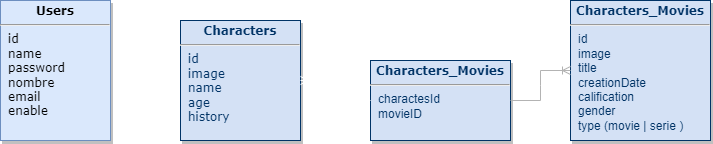
This is db.png from alekusa/api_nodejs, a draw.io export, as it was before one commit. Source tidied: cells renumbered, new cells last; positions are measured from the earlier drawing's top-left corner, leaving out a move shared by most shapes.
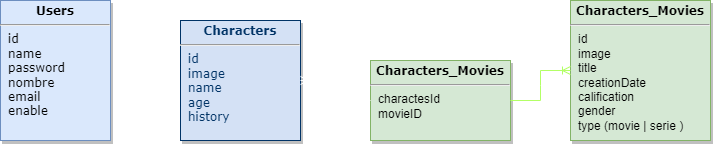
Later version of the same file.

The edit, as a diff of the source:
```diff
@@ -8,13 +8,13 @@
     <mxCell id="3" value="&lt;p style=&quot;margin: 4px 0px 0px; text-align: center;&quot;&gt;&lt;b style=&quot;&quot;&gt;&lt;font style=&quot;&quot; face=&quot;Verdana&quot;&gt;Characters&lt;/font&gt;&lt;/b&gt;&lt;/p&gt;&lt;hr&gt;&lt;p style=&quot;margin: 0px; margin-left: 8px;&quot;&gt;&lt;font face=&quot;Verdana&quot;&gt;id&lt;/font&gt;&lt;/p&gt;&lt;p style=&quot;margin: 0px; margin-left: 8px;&quot;&gt;&lt;font face=&quot;Verdana&quot;&gt;image&lt;/font&gt;&lt;/p&gt;&lt;p style=&quot;margin: 0px; margin-left: 8px;&quot;&gt;&lt;font face=&quot;Verdana&quot;&gt;name&lt;/font&gt;&lt;/p&gt;&lt;p style=&quot;margin: 0px; margin-left: 8px;&quot;&gt;&lt;font face=&quot;Verdana&quot;&gt;age&lt;/font&gt;&lt;/p&gt;&lt;p style=&quot;margin: 0px; margin-left: 8px;&quot;&gt;&lt;font face=&quot;Verdana&quot;&gt;history&lt;/font&gt;&lt;/p&gt;" style="verticalAlign=top;align=left;overflow=fill;fontSize=12;fontFamily=Helvetica;html=1;strokeColor=#003366;shadow=1;fillColor=#D4E1F5;fontColor=#003366;" parent="1" vertex="1">
       <mxGeometry x="180" y="20" width="120" height="120" as="geometry" />
     </mxCell>
-    <mxCell id="4" value="&lt;p style=&quot;margin: 4px 0px 0px; text-align: center;&quot;&gt;&lt;b style=&quot;&quot;&gt;&lt;font style=&quot;&quot; face=&quot;Verdana&quot;&gt;Characters_Movies&lt;/font&gt;&lt;/b&gt;&lt;/p&gt;&lt;hr&gt;&lt;p style=&quot;margin: 0px; margin-left: 8px;&quot;&gt;charactesId&lt;/p&gt;&lt;p style=&quot;margin: 0px; margin-left: 8px;&quot;&gt;movieID&lt;/p&gt;" style="verticalAlign=top;align=left;overflow=fill;fontSize=12;fontFamily=Helvetica;html=1;strokeColor=#003366;shadow=1;fillColor=#D4E1F5;fontColor=#003366;" parent="1" vertex="1">
+    <mxCell id="4" value="&lt;p style=&quot;margin: 4px 0px 0px; text-align: center;&quot;&gt;&lt;b style=&quot;&quot;&gt;&lt;font style=&quot;&quot; face=&quot;Verdana&quot;&gt;Characters_Movies&lt;/font&gt;&lt;/b&gt;&lt;/p&gt;&lt;hr&gt;&lt;p style=&quot;margin: 0px; margin-left: 8px;&quot;&gt;charactesId&lt;/p&gt;&lt;p style=&quot;margin: 0px; margin-left: 8px;&quot;&gt;movieID&lt;/p&gt;" style="verticalAlign=top;align=left;overflow=fill;fontSize=12;fontFamily=Helvetica;html=1;strokeColor=#82b366;shadow=1;fillColor=#d5e8d4;" parent="1" vertex="1">
       <mxGeometry x="370" y="60" width="140" height="80" as="geometry" />
     </mxCell>
-    <mxCell id="5" value="&lt;p style=&quot;margin: 4px 0px 0px; text-align: center;&quot;&gt;&lt;b style=&quot;&quot;&gt;&lt;font style=&quot;&quot; face=&quot;Verdana&quot;&gt;Characters_Movies&lt;/font&gt;&lt;/b&gt;&lt;/p&gt;&lt;hr&gt;&lt;p style=&quot;margin: 0px; margin-left: 8px;&quot;&gt;id&lt;/p&gt;&lt;p style=&quot;margin: 0px; margin-left: 8px;&quot;&gt;image&lt;/p&gt;&lt;p style=&quot;margin: 0px; margin-left: 8px;&quot;&gt;title&lt;/p&gt;&lt;p style=&quot;margin: 0px; margin-left: 8px;&quot;&gt;creationDate&lt;/p&gt;&lt;p style=&quot;margin: 0px; margin-left: 8px;&quot;&gt;calification&lt;/p&gt;&lt;p style=&quot;margin: 0px; margin-left: 8px;&quot;&gt;gender&lt;/p&gt;&lt;p style=&quot;margin: 0px; margin-left: 8px;&quot;&gt;type (movie | serie )&lt;/p&gt;&lt;p style=&quot;margin: 0px; margin-left: 8px;&quot;&gt;&lt;br&gt;&lt;/p&gt;" style="verticalAlign=top;align=left;overflow=fill;fontSize=12;fontFamily=Helvetica;html=1;strokeColor=#003366;shadow=1;fillColor=#D4E1F5;fontColor=#003366;" parent="1" vertex="1">
+    <mxCell id="5" value="&lt;p style=&quot;margin: 4px 0px 0px; text-align: center;&quot;&gt;&lt;b style=&quot;&quot;&gt;&lt;font style=&quot;&quot; face=&quot;Verdana&quot;&gt;Characters_Movies&lt;/font&gt;&lt;/b&gt;&lt;/p&gt;&lt;hr&gt;&lt;p style=&quot;margin: 0px; margin-left: 8px;&quot;&gt;id&lt;/p&gt;&lt;p style=&quot;margin: 0px; margin-left: 8px;&quot;&gt;image&lt;/p&gt;&lt;p style=&quot;margin: 0px; margin-left: 8px;&quot;&gt;title&lt;/p&gt;&lt;p style=&quot;margin: 0px; margin-left: 8px;&quot;&gt;creationDate&lt;/p&gt;&lt;p style=&quot;margin: 0px; margin-left: 8px;&quot;&gt;calification&lt;/p&gt;&lt;p style=&quot;margin: 0px; margin-left: 8px;&quot;&gt;gender&lt;/p&gt;&lt;p style=&quot;margin: 0px; margin-left: 8px;&quot;&gt;type (movie | serie )&lt;/p&gt;&lt;p style=&quot;margin: 0px; margin-left: 8px;&quot;&gt;&lt;br&gt;&lt;/p&gt;" style="verticalAlign=top;align=left;overflow=fill;fontSize=12;fontFamily=Helvetica;html=1;strokeColor=#82b366;shadow=1;fillColor=#d5e8d4;" parent="1" vertex="1">
       <mxGeometry x="570" width="140" height="140" as="geometry" />
     </mxCell>
-    <mxCell id="6" style="edgeStyle=entityRelationEdgeStyle;fontSize=12;html=1;endArrow=ERoneToMany;rounded=0;fontFamily=Verdana;strokeColor=#B3B3B3;" parent="1" edge="1" source="4" target="5">
+    <mxCell id="6" style="edgeStyle=entityRelationEdgeStyle;fontSize=12;html=1;endArrow=ERoneToMany;rounded=0;fontFamily=Verdana;strokeColor=#B3FF66;" parent="1" edge="1" source="4" target="5">
       <mxGeometry relative="1" as="geometry" />
     </mxCell>
     <mxCell id="7" style="edgeStyle=entityRelationEdgeStyle;fontSize=12;html=1;endArrow=ERoneToMany;rounded=0;fontFamily=Verdana;exitX=0;exitY=0.5;exitDx=0;exitDy=0;strokeColor=#FFFFFF;" parent="1" edge="1" source="4" target="3">
```
